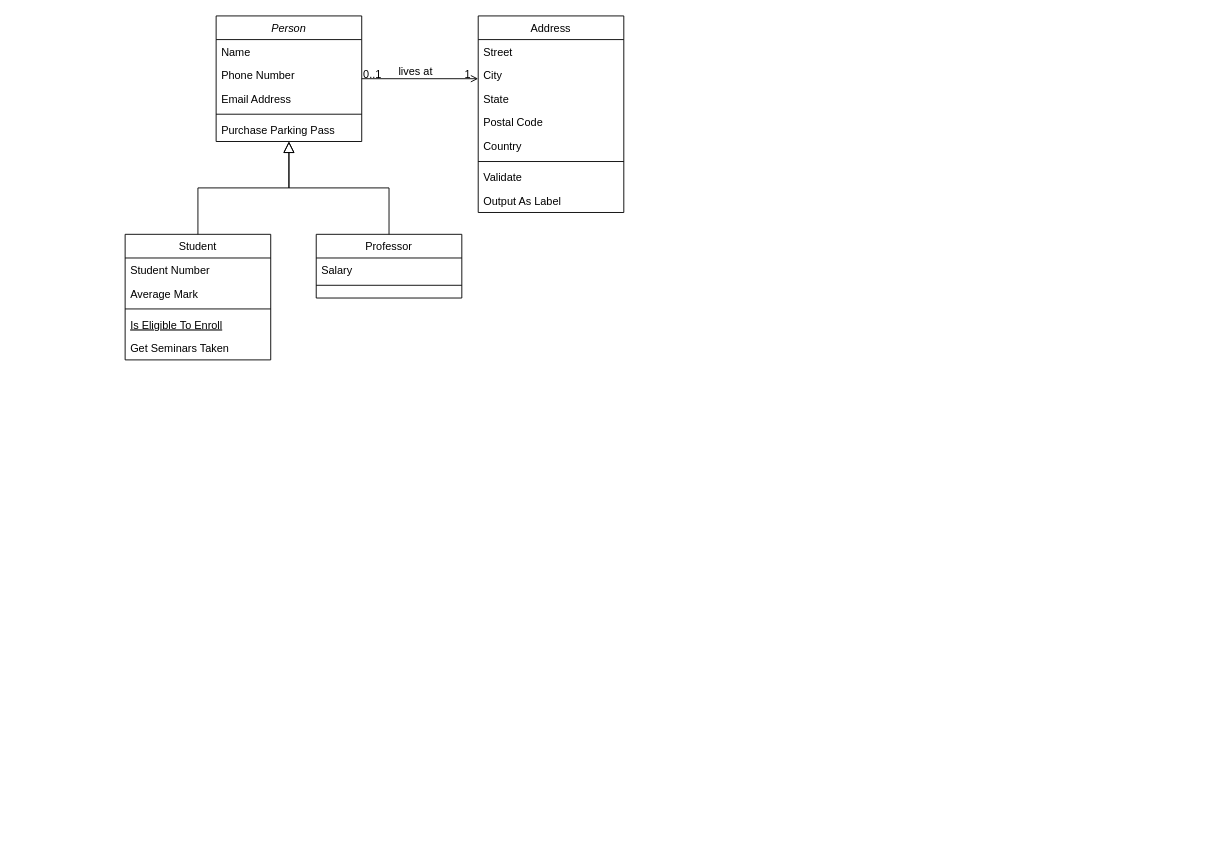
Above: Extraclase/Modelo de dominio/Modelo de dominio detallado/Modelo de dominio detallado.drawio in DOOPan2022/Presupuesto (draw.io), before the change. Source tidied: cells renumbered, new cells numbered last; positions are measured from the earlier drawing's top-left corner, leaving out a move shared by most shapes. Both pictures are drawn from the tidied source at 91%, with x=0, y=0 at pixel (125, 15).
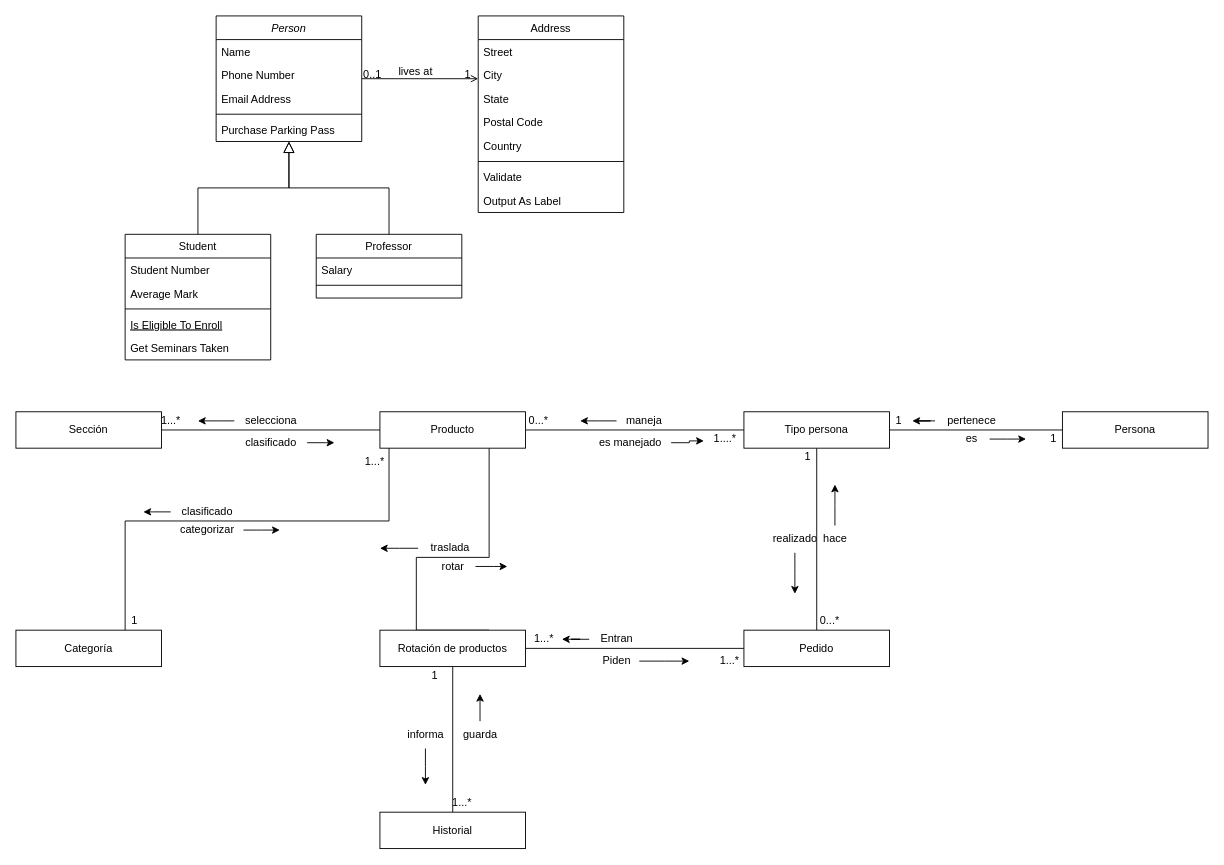
After the change.

Diff of the diagram source:
```diff
@@
+    <mxCell id="32" style="edgeStyle=orthogonalEdgeStyle;rounded=0;jettySize=auto;html=1;entryX=0;entryY=0.5;entryDx=0;entryDy=0;endArrow=none;endFill=0;" parent="1" edge="1" source="34" target="46">
+      <mxGeometry relative="1" as="geometry" />
+    </mxCell>
+    <mxCell id="33" style="edgeStyle=orthogonalEdgeStyle;rounded=0;jettySize=auto;html=1;entryX=0.75;entryY=0;entryDx=0;entryDy=0;endArrow=none;endFill=0;" parent="1" edge="1" source="34" target="41">
+      <mxGeometry relative="1" as="geometry">
+        <Array as="points">
+          <mxPoint x="400" y="595" />
+          <mxPoint x="320" y="595" />
+          <mxPoint x="320" y="675" />
+        </Array>
+      </mxGeometry>
+    </mxCell>
+    <mxCell id="34" value="Producto&lt;br&gt;" style="rounded=0;whiteSpace=wrap;html=1;" parent="1" vertex="1">
+      <mxGeometry x="280" y="435" width="160" height="40" as="geometry" />
+    </mxCell>
+    <mxCell id="35" style="edgeStyle=orthogonalEdgeStyle;rounded=0;jettySize=auto;html=1;endArrow=none;endFill=0;" parent="1" edge="1" source="36" target="34">
+      <mxGeometry relative="1" as="geometry">
+        <Array as="points">
+          <mxPoint y="555" />
+          <mxPoint x="290" y="555" />
+        </Array>
+      </mxGeometry>
+    </mxCell>
+    <mxCell id="36" value="Categoría" style="rounded=0;whiteSpace=wrap;html=1;" parent="1" vertex="1">
+      <mxGeometry x="-120" y="675" width="160" height="40" as="geometry" />
+    </mxCell>
+    <mxCell id="37" style="edgeStyle=orthogonalEdgeStyle;rounded=0;jettySize=auto;html=1;endArrow=none;endFill=0;" parent="1" edge="1" source="38" target="34">
+      <mxGeometry relative="1" as="geometry" />
+    </mxCell>
+    <mxCell id="38" value="Sección" style="rounded=0;whiteSpace=wrap;html=1;" parent="1" vertex="1">
+      <mxGeometry x="-120" y="435" width="160" height="40" as="geometry" />
+    </mxCell>
+    <mxCell id="39" style="edgeStyle=orthogonalEdgeStyle;rounded=0;jettySize=auto;html=1;entryX=0;entryY=0.5;entryDx=0;entryDy=0;endArrow=none;endFill=0;" parent="1" edge="1" source="41" target="44">
+      <mxGeometry relative="1" as="geometry" />
+    </mxCell>
+    <mxCell id="40" style="edgeStyle=orthogonalEdgeStyle;rounded=0;jettySize=auto;html=1;entryX=0.5;entryY=0;entryDx=0;entryDy=0;endArrow=none;endFill=0;" parent="1" edge="1" source="41" target="47">
+      <mxGeometry relative="1" as="geometry" />
+    </mxCell>
+    <mxCell id="41" value="Rotación de productos" style="rounded=0;whiteSpace=wrap;html=1;" parent="1" vertex="1">
+      <mxGeometry x="280" y="675" width="160" height="40" as="geometry" />
+    </mxCell>
+    <mxCell id="42" value="Persona&lt;br&gt;" style="rounded=0;whiteSpace=wrap;html=1;" parent="1" vertex="1">
+      <mxGeometry x="1030" y="435" width="160" height="40" as="geometry" />
+    </mxCell>
+    <mxCell id="43" style="edgeStyle=orthogonalEdgeStyle;rounded=0;jettySize=auto;html=1;endArrow=none;endFill=0;" parent="1" edge="1" source="44" target="46">
+      <mxGeometry relative="1" as="geometry" />
+    </mxCell>
+    <mxCell id="44" value="Pedido" style="rounded=0;whiteSpace=wrap;html=1;" parent="1" vertex="1">
+      <mxGeometry x="680" y="675" width="160" height="40" as="geometry" />
+    </mxCell>
+    <mxCell id="45" style="edgeStyle=orthogonalEdgeStyle;rounded=0;jettySize=auto;html=1;entryX=0;entryY=0.5;entryDx=0;entryDy=0;endArrow=none;endFill=0;" parent="1" edge="1" source="46" target="42">
+      <mxGeometry relative="1" as="geometry" />
+    </mxCell>
+    <mxCell id="46" value="Tipo persona" style="rounded=0;whiteSpace=wrap;html=1;" parent="1" vertex="1">
+      <mxGeometry x="680" y="435" width="160" height="40" as="geometry" />
+    </mxCell>
+    <mxCell id="47" value="Historial" style="rounded=0;whiteSpace=wrap;html=1;" parent="1" vertex="1">
+      <mxGeometry x="280" y="875" width="160" height="40" as="geometry" />
+    </mxCell>
+    <mxCell id="48" style="edgeStyle=orthogonalEdgeStyle;rounded=0;jettySize=auto;html=1;endArrow=classic;endFill=1;" parent="1" edge="1" source="49">
+      <mxGeometry relative="1" as="geometry">
+        <mxPoint x="170" y="565" as="targetPoint" />
+      </mxGeometry>
+    </mxCell>
+    <mxCell id="49" value="categorizar" style="text;html=1;align=center;verticalAlign=middle;points=[];strokeColor=none;fillColor=none;" parent="1" vertex="1">
+      <mxGeometry x="50" y="550" width="80" height="30" as="geometry" />
+    </mxCell>
+    <mxCell id="50" style="edgeStyle=orthogonalEdgeStyle;rounded=0;jettySize=auto;html=1;endArrow=classic;endFill=1;" parent="1" edge="1" source="51">
+      <mxGeometry relative="1" as="geometry">
+        <mxPoint x="20" y="545" as="targetPoint" />
+      </mxGeometry>
+    </mxCell>
+    <mxCell id="51" value="clasificado" style="text;html=1;align=center;verticalAlign=middle;points=[];strokeColor=none;fillColor=none;" parent="1" vertex="1">
+      <mxGeometry x="50" y="530" width="80" height="30" as="geometry" />
+    </mxCell>
+    <mxCell id="52" value="1" style="text;html=1;align=center;verticalAlign=middle;strokeColor=none;fillColor=none;" parent="1" vertex="1">
+      <mxGeometry x="-5" y="650" width="30" height="30" as="geometry" />
+    </mxCell>
+    <mxCell id="53" value="1...*" style="text;html=1;align=center;verticalAlign=middle;strokeColor=none;fillColor=none;" parent="1" vertex="1">
+      <mxGeometry x="254" y="475" width="40" height="30" as="geometry" />
+    </mxCell>
+    <mxCell id="54" style="edgeStyle=orthogonalEdgeStyle;rounded=0;jettySize=auto;html=1;endArrow=classic;endFill=1;" parent="1" edge="1" source="55">
+      <mxGeometry relative="1" as="geometry">
+        <mxPoint x="80" y="445" as="targetPoint" />
+      </mxGeometry>
+    </mxCell>
+    <mxCell id="55" value="selecciona" style="text;html=1;align=center;verticalAlign=middle;points=[];strokeColor=none;fillColor=none;" parent="1" vertex="1">
+      <mxGeometry x="120" y="430" width="80" height="30" as="geometry" />
+    </mxCell>
+    <mxCell id="56" style="edgeStyle=orthogonalEdgeStyle;rounded=0;jettySize=auto;html=1;endArrow=classic;endFill=1;" parent="1" edge="1" source="57">
+      <mxGeometry relative="1" as="geometry">
+        <mxPoint x="230" y="469" as="targetPoint" />
+      </mxGeometry>
+    </mxCell>
+    <mxCell id="57" value="clasificado" style="text;html=1;align=center;verticalAlign=middle;points=[];strokeColor=none;fillColor=none;" parent="1" vertex="1">
+      <mxGeometry x="120" y="454" width="80" height="30" as="geometry" />
+    </mxCell>
+    <mxCell id="58" style="edgeStyle=orthogonalEdgeStyle;rounded=0;jettySize=auto;html=1;endArrow=classic;endFill=1;" parent="1" edge="1" source="59">
+      <mxGeometry relative="1" as="geometry">
+        <mxPoint x="280" y="585" as="targetPoint" />
+      </mxGeometry>
+    </mxCell>
+    <mxCell id="59" value="traslada" style="text;html=1;align=center;verticalAlign=middle;points=[];strokeColor=none;fillColor=none;" parent="1" vertex="1">
+      <mxGeometry x="322" y="570" width="70" height="30" as="geometry" />
+    </mxCell>
+    <mxCell id="60" style="edgeStyle=orthogonalEdgeStyle;rounded=0;jettySize=auto;html=1;endArrow=classic;endFill=1;" parent="1" edge="1" source="61">
+      <mxGeometry relative="1" as="geometry">
+        <mxPoint x="420" y="605" as="targetPoint" />
+      </mxGeometry>
+    </mxCell>
+    <mxCell id="61" value="rotar" style="text;html=1;align=center;verticalAlign=middle;points=[];strokeColor=none;fillColor=none;" parent="1" vertex="1">
+      <mxGeometry x="335" y="590" width="50" height="30" as="geometry" />
+    </mxCell>
+    <mxCell id="62" style="edgeStyle=orthogonalEdgeStyle;rounded=0;jettySize=auto;html=1;endArrow=classic;endFill=1;" parent="1" edge="1" source="63" target="84">
+      <mxGeometry relative="1" as="geometry" />
+    </mxCell>
+    <mxCell id="63" value="Entran" style="text;html=1;align=center;verticalAlign=middle;points=[];strokeColor=none;fillColor=none;" parent="1" vertex="1">
+      <mxGeometry x="510" y="670" width="60" height="30" as="geometry" />
+    </mxCell>
+    <mxCell id="64" style="edgeStyle=orthogonalEdgeStyle;rounded=0;jettySize=auto;html=1;endArrow=classic;endFill=1;" parent="1" edge="1" source="65">
+      <mxGeometry relative="1" as="geometry">
+        <mxPoint x="620" y="709" as="targetPoint" />
+      </mxGeometry>
+    </mxCell>
+    <mxCell id="65" value="Piden" style="text;html=1;align=center;verticalAlign=middle;points=[];strokeColor=none;fillColor=none;" parent="1" vertex="1">
+      <mxGeometry x="515" y="694" width="50" height="30" as="geometry" />
+    </mxCell>
+    <mxCell id="66" style="edgeStyle=orthogonalEdgeStyle;rounded=0;jettySize=auto;html=1;endArrow=classic;endFill=1;" parent="1" edge="1" source="67">
+      <mxGeometry relative="1" as="geometry">
+        <mxPoint x="500" y="445" as="targetPoint" />
+      </mxGeometry>
+    </mxCell>
+    <mxCell id="67" value="maneja" style="text;html=1;align=center;verticalAlign=middle;points=[];strokeColor=none;fillColor=none;" parent="1" vertex="1">
+      <mxGeometry x="540" y="430" width="60" height="30" as="geometry" />
+    </mxCell>
+    <mxCell id="68" style="edgeStyle=orthogonalEdgeStyle;rounded=0;jettySize=auto;html=1;endArrow=classic;endFill=1;entryX=0.04;entryY=0.567;entryDx=0;entryDy=0;entryPerimeter=0;" parent="1" edge="1" source="69" target="71">
+      <mxGeometry relative="1" as="geometry" />
+    </mxCell>
+    <mxCell id="69" value="es manejado&lt;br&gt;" style="text;html=1;align=center;verticalAlign=middle;points=[];strokeColor=none;fillColor=none;" parent="1" vertex="1">
+      <mxGeometry x="510" y="454" width="90" height="30" as="geometry" />
+    </mxCell>
+    <mxCell id="70" value="0...*" style="text;html=1;align=center;verticalAlign=middle;strokeColor=none;fillColor=none;" parent="1" vertex="1">
+      <mxGeometry x="434" y="430" width="40" height="30" as="geometry" />
+    </mxCell>
+    <mxCell id="71" value="1....*" style="text;html=1;align=center;verticalAlign=middle;points=[];strokeColor=none;fillColor=none;" parent="1" vertex="1">
+      <mxGeometry x="634" y="450" width="50" height="30" as="geometry" />
+    </mxCell>
+    <mxCell id="72" style="edgeStyle=orthogonalEdgeStyle;rounded=0;jettySize=auto;html=1;endArrow=classic;endFill=1;" parent="1" edge="1" source="73" target="76">
+      <mxGeometry relative="1" as="geometry" />
+    </mxCell>
+    <mxCell id="73" value="pertenece" style="text;html=1;align=center;verticalAlign=middle;points=[];strokeColor=none;fillColor=none;" parent="1" vertex="1">
+      <mxGeometry x="890" y="430" width="80" height="30" as="geometry" />
+    </mxCell>
+    <mxCell id="74" style="edgeStyle=orthogonalEdgeStyle;rounded=0;jettySize=auto;html=1;endArrow=classic;endFill=1;" parent="1" edge="1" source="75">
+      <mxGeometry relative="1" as="geometry">
+        <mxPoint x="990" y="465" as="targetPoint" />
+      </mxGeometry>
+    </mxCell>
+    <mxCell id="75" value="es" style="text;html=1;align=center;verticalAlign=middle;points=[];strokeColor=none;fillColor=none;" parent="1" vertex="1">
+      <mxGeometry x="910" y="450" width="40" height="30" as="geometry" />
+    </mxCell>
+    <mxCell id="76" value="1" style="text;html=1;align=center;verticalAlign=middle;points=[];strokeColor=none;fillColor=none;" parent="1" vertex="1">
+      <mxGeometry x="835" y="430" width="30" height="30" as="geometry" />
+    </mxCell>
+    <mxCell id="77" value="1" style="text;html=1;align=center;verticalAlign=middle;strokeColor=none;fillColor=none;" parent="1" vertex="1">
+      <mxGeometry x="1005" y="450" width="30" height="30" as="geometry" />
+    </mxCell>
+    <mxCell id="78" style="edgeStyle=orthogonalEdgeStyle;rounded=0;jettySize=auto;html=1;endArrow=classic;endFill=1;" parent="1" edge="1" source="79">
+      <mxGeometry relative="1" as="geometry">
+        <mxPoint x="780" y="515" as="targetPoint" />
+      </mxGeometry>
+    </mxCell>
+    <mxCell id="79" value="hace" style="text;html=1;align=center;verticalAlign=middle;points=[];strokeColor=none;fillColor=none;" parent="1" vertex="1">
+      <mxGeometry x="755" y="560" width="50" height="30" as="geometry" />
+    </mxCell>
+    <mxCell id="80" style="edgeStyle=orthogonalEdgeStyle;rounded=0;jettySize=auto;html=1;endArrow=classic;endFill=1;" parent="1" edge="1" source="81">
+      <mxGeometry relative="1" as="geometry">
+        <mxPoint x="736" y="635" as="targetPoint" />
+      </mxGeometry>
+    </mxCell>
+    <mxCell id="81" value="realizado" style="text;html=1;align=center;verticalAlign=middle;points=[];strokeColor=none;fillColor=none;" parent="1" vertex="1">
+      <mxGeometry x="701" y="560" width="70" height="30" as="geometry" />
+    </mxCell>
+    <mxCell id="82" value="1" style="text;html=1;align=center;verticalAlign=middle;strokeColor=none;fillColor=none;" parent="1" vertex="1">
+      <mxGeometry x="735" y="470" width="30" height="30" as="geometry" />
+    </mxCell>
+    <mxCell id="83" value="0...*" style="text;html=1;align=center;verticalAlign=middle;strokeColor=none;fillColor=none;" parent="1" vertex="1">
+      <mxGeometry x="754" y="650" width="40" height="30" as="geometry" />
+    </mxCell>
+    <mxCell id="84" value="1...*" style="text;html=1;align=center;verticalAlign=middle;points=[];strokeColor=none;fillColor=none;" parent="1" vertex="1">
+      <mxGeometry x="440" y="670" width="40" height="30" as="geometry" />
+    </mxCell>
+    <mxCell id="85" value="1...*" style="text;html=1;align=center;verticalAlign=middle;strokeColor=none;fillColor=none;" parent="1" vertex="1">
+      <mxGeometry x="644" y="694" width="40" height="30" as="geometry" />
+    </mxCell>
+    <mxCell id="86" value="1...*" style="text;html=1;align=center;verticalAlign=middle;strokeColor=none;fillColor=none;" parent="1" vertex="1">
+      <mxGeometry x="350" y="850" width="40" height="30" as="geometry" />
+    </mxCell>
+    <mxCell id="87" value="1" style="text;html=1;align=center;verticalAlign=middle;strokeColor=none;fillColor=none;" parent="1" vertex="1">
+      <mxGeometry x="325" y="710" width="30" height="30" as="geometry" />
+    </mxCell>
+    <mxCell id="88" style="edgeStyle=orthogonalEdgeStyle;rounded=0;jettySize=auto;html=1;endArrow=classic;endFill=1;" parent="1" edge="1" source="89">
+      <mxGeometry relative="1" as="geometry">
+        <mxPoint x="390" y="745" as="targetPoint" />
+      </mxGeometry>
+    </mxCell>
+    <mxCell id="89" value="guarda" style="text;html=1;align=center;verticalAlign=middle;points=[];strokeColor=none;fillColor=none;" parent="1" vertex="1">
+      <mxGeometry x="360" y="775" width="60" height="30" as="geometry" />
+    </mxCell>
+    <mxCell id="90" style="edgeStyle=orthogonalEdgeStyle;rounded=0;jettySize=auto;html=1;endArrow=classic;endFill=1;" parent="1" edge="1" source="91">
+      <mxGeometry relative="1" as="geometry">
+        <mxPoint x="330" y="845" as="targetPoint" />
+      </mxGeometry>
+    </mxCell>
+    <mxCell id="91" value="informa" style="text;html=1;align=center;verticalAlign=middle;points=[];strokeColor=none;fillColor=none;" parent="1" vertex="1">
+      <mxGeometry x="300" y="775" width="60" height="30" as="geometry" />
+    </mxCell>
+    <mxCell id="92" value="1...*" style="text;html=1;align=center;verticalAlign=middle;strokeColor=none;fillColor=none;" parent="1" vertex="1">
+      <mxGeometry x="30" y="430" width="40" height="30" as="geometry" />
+    </mxCell>
```
